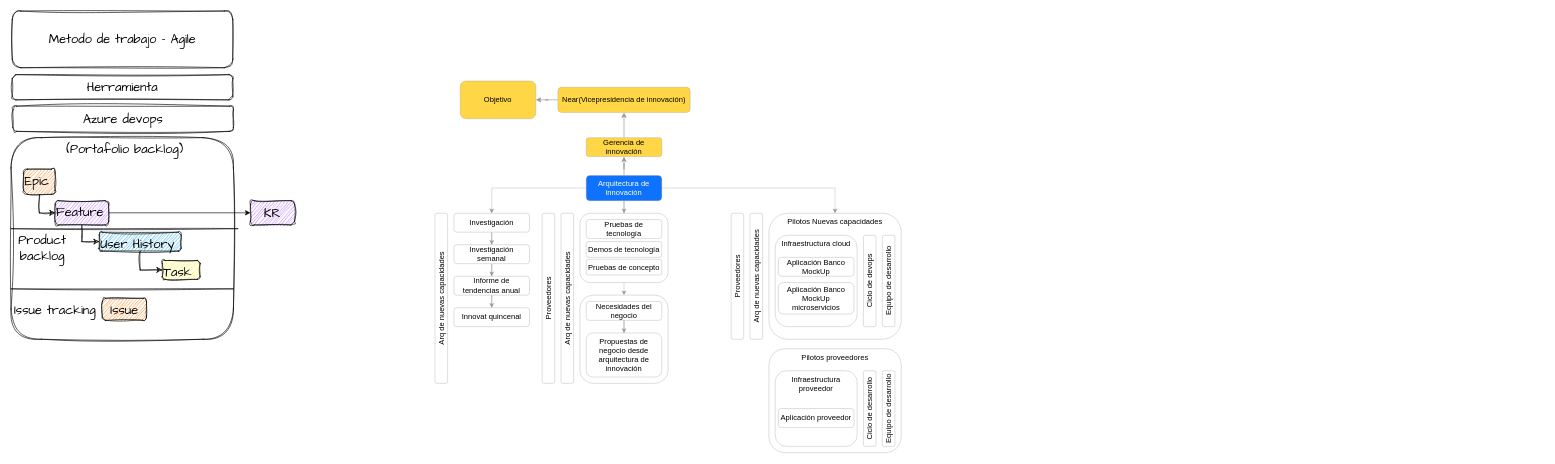
The draw.io diagram page "Objetivo" (1 of 8) of Arquitectura de nuevas capacidades.drawio in santiagovb/Diagramas, before the edit. Source tidied: cells renumbered, new cells numbered last; positions are measured from the earlier drawing's top-left corner, leaving out a move shared by most shapes. Both pictures are drawn from the tidied source at 63%, with x=0, y=0 at pixel (11, 11). Pictures stored in the file or linked from it are replaced by grey dashed boxes.
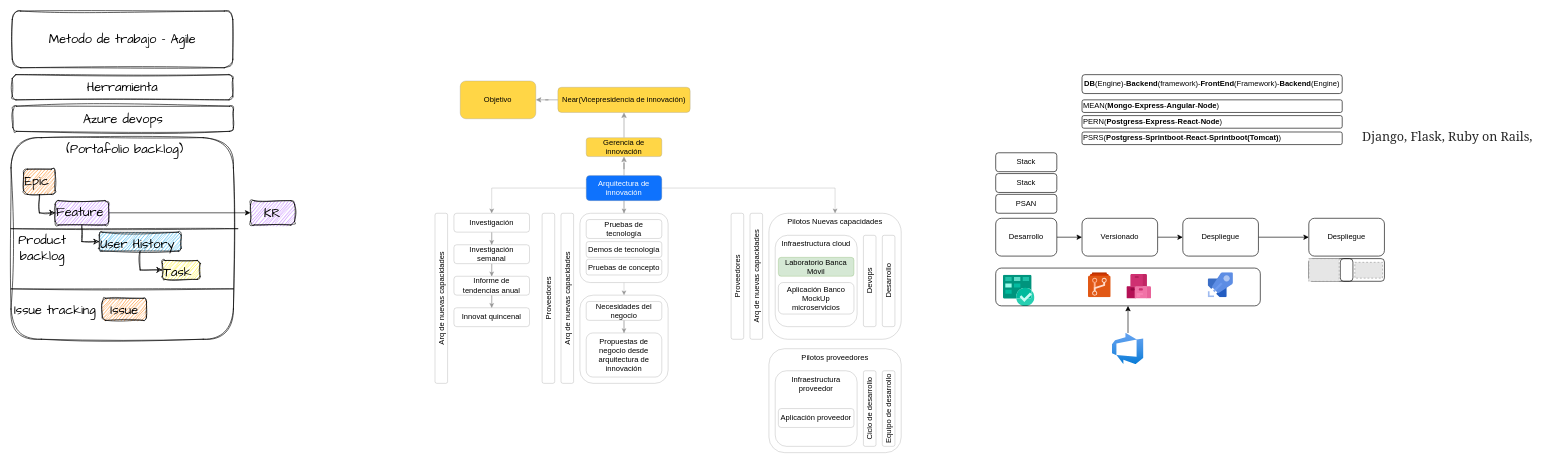
After the change.

The edit, as a diff of the source:
```diff
@@
+    <mxCell id="62" style="rounded=1;whiteSpace=wrap;html=1;fillColor=none;" parent="1" vertex="1">
+      <mxGeometry x="2110" y="393" width="70" height="36" as="geometry" />
+    </mxCell>
+    <mxCell id="63" style="rounded=1;whiteSpace=wrap;html=1;fillColor=none;" parent="1" vertex="1">
+      <mxGeometry x="2060" y="393" width="70" height="36" as="geometry" />
+    </mxCell>
@@
-    <mxCell id="33" value="Aplicación Banco MockUp" style="whiteSpace=wrap;html=1;rounded=1;strokeColor=#969696;strokeWidth=0.5;" parent="1" vertex="1">
+    <mxCell id="33" value="Laboratorio Banca Móvil" style="whiteSpace=wrap;html=1;rounded=1;strokeColor=#82b366;strokeWidth=0.5;fillColor=#d5e8d4;" parent="1" vertex="1">
       <mxGeometry x="1218" y="391" width="120" height="30" as="geometry" />
     </mxCell>
-    <mxCell id="34" value="Ciclo de devops" style="whiteSpace=wrap;html=1;rounded=1;horizontal=0;strokeColor=#969696;strokeWidth=0.5;" parent="1" vertex="1">
+    <mxCell id="34" value="Devops" style="whiteSpace=wrap;html=1;rounded=1;horizontal=0;strokeColor=#969696;strokeWidth=0.5;" parent="1" vertex="1">
       <mxGeometry x="1353" y="356" width="20" height="145" as="geometry" />
     </mxCell>
@@
-    <mxCell id="36" value="Equipo de desarrollo" style="whiteSpace=wrap;html=1;rounded=1;horizontal=0;strokeColor=#969696;strokeWidth=0.5;" parent="1" vertex="1">
+    <mxCell id="36" value="Desarrollo" style="whiteSpace=wrap;html=1;rounded=1;horizontal=0;strokeColor=#969696;strokeWidth=0.5;" parent="1" vertex="1">
       <mxGeometry x="1383" y="356" width="20" height="145" as="geometry" />
     </mxCell>
@@
+    <mxCell id="64" style="edgeStyle=orthogonalEdgeStyle;rounded=0;jettySize=auto;html=1;" parent="1" edge="1" source="65" target="67">
+      <mxGeometry relative="1" as="geometry" />
+    </mxCell>
+    <mxCell id="65" value="Desarrollo" style="rounded=1;whiteSpace=wrap;html=1;" parent="1" vertex="1">
+      <mxGeometry x="1563" y="329" width="97" height="60" as="geometry" />
+    </mxCell>
+    <mxCell id="66" style="edgeStyle=orthogonalEdgeStyle;rounded=0;jettySize=auto;html=1;" parent="1" edge="1" source="67" target="69">
+      <mxGeometry relative="1" as="geometry" />
+    </mxCell>
+    <mxCell id="67" value="Versionado" style="rounded=1;whiteSpace=wrap;html=1;" parent="1" vertex="1">
+      <mxGeometry x="1700" y="329" width="120" height="60" as="geometry" />
+    </mxCell>
+    <mxCell id="68" style="edgeStyle=orthogonalEdgeStyle;rounded=0;jettySize=auto;html=1;" parent="1" edge="1" source="69" target="75">
+      <mxGeometry relative="1" as="geometry" />
+    </mxCell>
+    <mxCell id="69" value="Despliegue" style="rounded=1;whiteSpace=wrap;html=1;" parent="1" vertex="1">
+      <mxGeometry x="1860" y="329" width="120" height="60" as="geometry" />
+    </mxCell>
+    <mxCell id="70" style="sketch=0;html=1;align=center;image;fontSize=12;image=img/lib/mscae/Azure_Pipelines.svg;" parent="1" vertex="1">
+      <mxGeometry x="1900" y="415" width="40" height="40" as="geometry" />
+    </mxCell>
+    <mxCell id="71" style="sketch=0;html=1;align=center;image;fontSize=12;image=img/lib/mscae/Azure_Repos.svg;" parent="1" vertex="1">
+      <mxGeometry x="1710" y="415" width="36" height="40" as="geometry" />
+    </mxCell>
+    <mxCell id="72" style="sketch=0;html=1;align=center;image;fontSize=12;image=img/lib/mscae/Azure_Boards.svg;" parent="1" vertex="1">
+      <mxGeometry x="1575" y="419" width="50" height="50" as="geometry" />
+    </mxCell>
+    <mxCell id="73" style="edgeStyle=orthogonalEdgeStyle;rounded=0;jettySize=auto;html=1;" parent="1" edge="1" source="74" target="79">
+      <mxGeometry relative="1" as="geometry" />
+    </mxCell>
+    <mxCell id="74" style="html=1;points=[];align=center;image;fontSize=12;image=img/lib/azure2/devops/Azure_DevOps.svg;" parent="1" vertex="1">
+      <mxGeometry x="1748" y="511" width="50" height="50" as="geometry" />
+    </mxCell>
+    <mxCell id="75" value="Despliegue" style="rounded=1;whiteSpace=wrap;html=1;" parent="1" vertex="1">
+      <mxGeometry x="2060" y="329" width="120" height="60" as="geometry" />
+    </mxCell>
+    <mxCell id="76" style="sketch=0;html=1;align=center;image;fontSize=12;image=img/lib/mscae/Azure_Artifacts.svg;" parent="1" vertex="1">
+      <mxGeometry x="1771" y="418" width="39" height="39" as="geometry" />
+    </mxCell>
+    <mxCell id="77" style="fillColor=#E6E6E6;strokeColor=#999999;dashed=1;verticalLabelPosition=bottom;labelBackgroundColor=default;verticalAlign=top;" parent="1" vertex="1">
+      <mxGeometry x="2133" y="398.9" width="44" height="25.1" as="geometry" />
+    </mxCell>
+    <mxCell id="78" style="fillColor=#E6E6E6;strokeColor=#999999;dashed=1;verticalLabelPosition=bottom;labelBackgroundColor=default;verticalAlign=top;" parent="1" vertex="1">
+      <mxGeometry x="2060" y="393" width="48.2" height="36.1" as="geometry" />
+    </mxCell>
+    <mxCell id="79" style="rounded=1;whiteSpace=wrap;html=1;fillColor=none;" parent="1" vertex="1">
+      <mxGeometry x="1563" y="408" width="420" height="60" as="geometry" />
+    </mxCell>
+    <mxCell id="80" value="PSAN" style="rounded=1;whiteSpace=wrap;html=1;" parent="1" vertex="1">
+      <mxGeometry x="1563" y="291" width="97" height="30" as="geometry" />
+    </mxCell>
+    <mxCell id="81" value="Stack" style="rounded=1;whiteSpace=wrap;html=1;" parent="1" vertex="1">
+      <mxGeometry x="1563" y="258" width="97" height="30" as="geometry" />
+    </mxCell>
+    <mxCell id="82" value="Stack" style="rounded=1;whiteSpace=wrap;html=1;" parent="1" vertex="1">
+      <mxGeometry x="1563" y="225" width="97" height="30" as="geometry" />
+    </mxCell>
+    <mxCell id="83" value="&lt;b&gt;DB&lt;/b&gt;(Engine)-&lt;b&gt;Backend&lt;/b&gt;(framework)-&lt;b&gt;FrontEnd&lt;/b&gt;(Framework)-&lt;b&gt;Backend&lt;/b&gt;(Engine)" style="rounded=1;whiteSpace=wrap;html=1;" parent="1" vertex="1">
+      <mxGeometry x="1700" y="101" width="413" height="30" as="geometry" />
+    </mxCell>
+    <mxCell id="84" value="&lt;div style=&quot;&quot;&gt;&lt;span style=&quot;background-color: initial;&quot;&gt;MEAN(&lt;b&gt;Mongo&lt;/b&gt;-&lt;b&gt;Express&lt;/b&gt;-&lt;b&gt;Angular&lt;/b&gt;-&lt;b&gt;Node&lt;/b&gt;)&lt;/span&gt;&lt;/div&gt;" style="rounded=1;whiteSpace=wrap;html=1;align=left;" parent="1" vertex="1">
+      <mxGeometry x="1700" y="141" width="413" height="20" as="geometry" />
+    </mxCell>
+    <mxCell id="85" value="&lt;div style=&quot;&quot;&gt;&lt;span style=&quot;background-color: initial;&quot;&gt;PERN(&lt;b&gt;Postgress&lt;/b&gt;-&lt;b&gt;Express&lt;/b&gt;-&lt;b&gt;React&lt;/b&gt;-&lt;b&gt;Node&lt;/b&gt;)&lt;/span&gt;&lt;/div&gt;" style="rounded=1;whiteSpace=wrap;html=1;align=left;" parent="1" vertex="1">
+      <mxGeometry x="1700" y="166" width="413" height="20" as="geometry" />
+    </mxCell>
+    <mxCell id="86" value="&lt;span style=&quot;color: rgb(41, 41, 41); font-family: source-serif-pro, Georgia, Cambria, &amp;quot;Times New Roman&amp;quot;, Times, serif; font-size: 20px; font-style: normal; font-variant-ligatures: normal; font-variant-caps: normal; font-weight: 400; letter-spacing: -0.06px; orphans: 2; text-align: start; text-indent: 0px; text-transform: none; widows: 2; word-spacing: 0px; -webkit-text-stroke-width: 0px; background-color: rgb(255, 255, 255); text-decoration-thickness: initial; text-decoration-style: initial; text-decoration-color: initial; float: none; display: inline !important;&quot;&gt;Django, Flask, Ruby on Rails,&lt;/span&gt;" style="text;whiteSpace=wrap;html=1;" parent="1" vertex="1">
+      <mxGeometry x="2143" y="181" width="290" height="50" as="geometry" />
+    </mxCell>
+    <mxCell id="87" value="&lt;div style=&quot;&quot;&gt;&lt;span style=&quot;background-color: initial;&quot;&gt;PSRS(&lt;b&gt;Postgress&lt;/b&gt;-&lt;b&gt;Sprintboot&lt;/b&gt;-&lt;b&gt;React&lt;/b&gt;-&lt;b&gt;Sprintboot(Tomcat)&lt;/b&gt;)&lt;/span&gt;&lt;/div&gt;" style="rounded=1;whiteSpace=wrap;html=1;align=left;" parent="1" vertex="1">
+      <mxGeometry x="1700" y="192" width="413" height="20" as="geometry" />
+    </mxCell>
```
